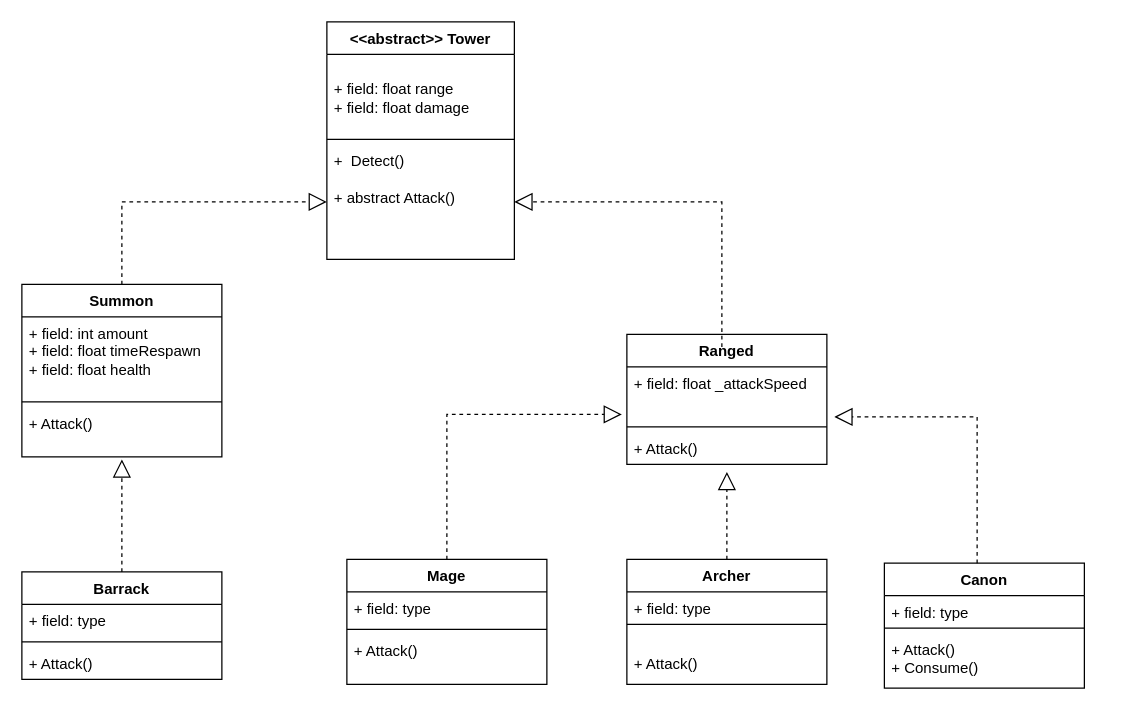
Before: Tower Defense/Diagrams/Tower.drawio in HNH-201002/Tower-Defense-3D, a draw.io diagram. Source tidied: cells renumbered, new cells numbered last; positions are measured from the earlier drawing's top-left corner, leaving out a move shared by most shapes. Both pictures are drawn from the tidied source at 125%, with x=0, y=0 at pixel (21, 21).
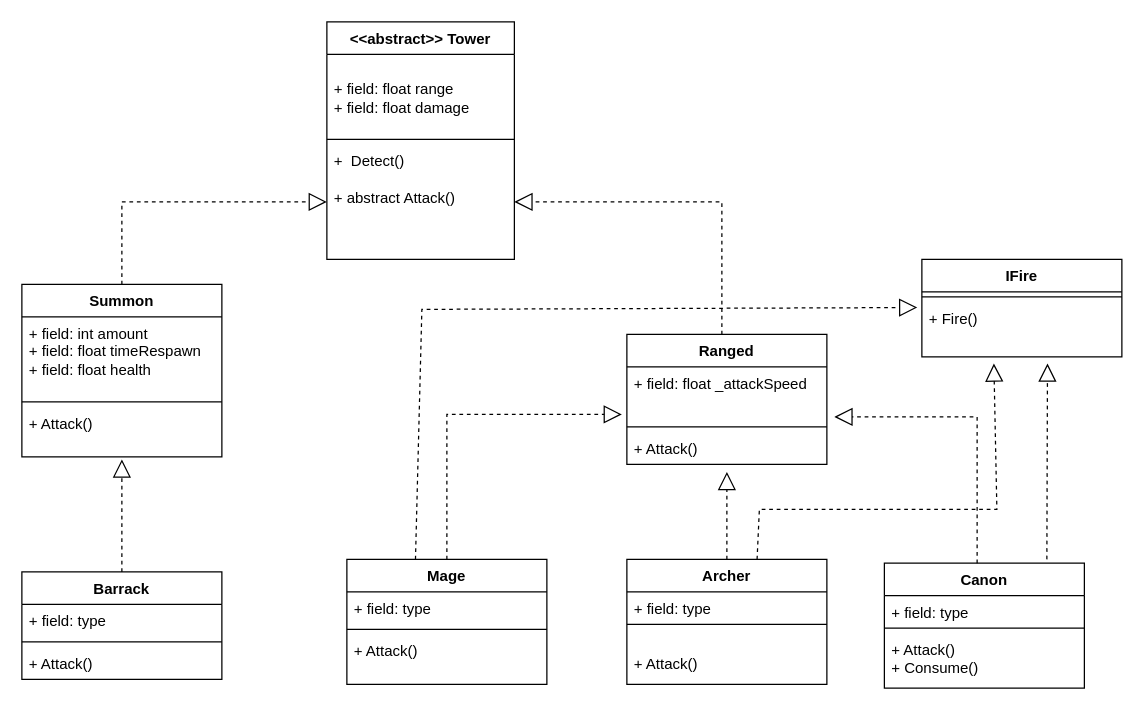
The same diagram, later.

The change refers to these unchanged cells:
```xml
<mxCell id="6" value="&lt;div&gt;Mage&lt;/div&gt;&lt;div&gt;&lt;br&gt;&lt;/div&gt;" style="swimlane;fontStyle=1;align=center;verticalAlign=top;horizontal=1;startSize=26;whiteSpace=wrap;html=1;" parent="1" vertex="1">
  <mxGeometry x="260" y="430" width="160" height="100" as="geometry" />
</mxCell>
<mxCell id="10" value="Archer" style="swimlane;fontStyle=1;align=center;verticalAlign=top;horizontal=1;startSize=26;whiteSpace=wrap;html=1;" parent="1" vertex="1">
  <mxGeometry x="484" y="430" width="160" height="100" as="geometry" />
</mxCell>
```

Change to the diagram source:
```diff
@@
     <mxCell id="34" style="endArrow=block;dashed=1;endFill=0;endSize=12;html=1;rounded=0;entryX=1;entryY=0.5;entryDx=0;entryDy=0;" parent="1" edge="1">
       <mxGeometry relative="1" as="geometry">
-        <mxPoint x="560" y="260" as="sourcePoint" />
+        <mxPoint x="560" y="250" as="sourcePoint" />
         <mxPoint x="394" y="144" as="targetPoint" />
         <Array as="points">
           <mxPoint x="560" y="144" />
         </Array>
       </mxGeometry>
     </mxCell>
@@
+    <mxCell id="36" value="IFire" style="swimlane;fontStyle=1;align=center;verticalAlign=top;horizontal=1;startSize=26;whiteSpace=wrap;html=1;" parent="1" vertex="1">
+      <mxGeometry x="720" y="190" width="160" height="78" as="geometry" />
+    </mxCell>
+    <mxCell id="37" style="line;strokeWidth=1;fillColor=none;align=left;verticalAlign=middle;spacingTop=-1;spacingLeft=3;spacingRight=3;labelPosition=right;strokeColor=inherit;" parent="36" vertex="1">
+      <mxGeometry y="26" width="160" height="8" as="geometry" />
+    </mxCell>
+    <mxCell id="38" value="+ Fire()&lt;div style=&quot;border-color: var(--border-color);&quot;&gt;&lt;br&gt;&lt;/div&gt;" style="text;strokeColor=none;fillColor=none;align=left;verticalAlign=top;spacingLeft=4;spacingRight=4;overflow=hidden;points=[[0,0.5],[1,0.5]];portConstraint=eastwest;whiteSpace=wrap;html=1;" parent="36" vertex="1">
+      <mxGeometry y="34" width="160" height="44" as="geometry" />
+    </mxCell>
+    <mxCell id="39" style="endArrow=block;dashed=1;endFill=0;endSize=12;html=1;rounded=0;exitX=0.343;exitY=0.001;exitDx=0;exitDy=0;exitPerimeter=0;entryX=-0.023;entryY=0.103;entryDx=0;entryDy=0;entryPerimeter=0;" parent="1" edge="1" source="6" target="38">
+      <mxGeometry relative="1" as="geometry">
+        <Array as="points">
+          <mxPoint x="320" y="230" />
+        </Array>
+      </mxGeometry>
+    </mxCell>
+    <mxCell id="40" style="endArrow=block;dashed=1;endFill=0;endSize=12;html=1;rounded=0;exitX=0.651;exitY=0.001;exitDx=0;exitDy=0;exitPerimeter=0;entryX=0.36;entryY=1.12;entryDx=0;entryDy=0;entryPerimeter=0;" parent="1" edge="1" source="10" target="38">
+      <mxGeometry relative="1" as="geometry">
+        <Array as="points">
+          <mxPoint x="590" y="390" />
+          <mxPoint x="780" y="390" />
+        </Array>
+      </mxGeometry>
+    </mxCell>
+    <mxCell id="41" style="endArrow=block;dashed=1;endFill=0;endSize=12;html=1;rounded=0;entryX=0.628;entryY=1.12;entryDx=0;entryDy=0;entryPerimeter=0;" parent="1" edge="1" target="38">
+      <mxGeometry relative="1" as="geometry">
+        <mxPoint x="820" y="430" as="sourcePoint" />
+      </mxGeometry>
+    </mxCell>
```
